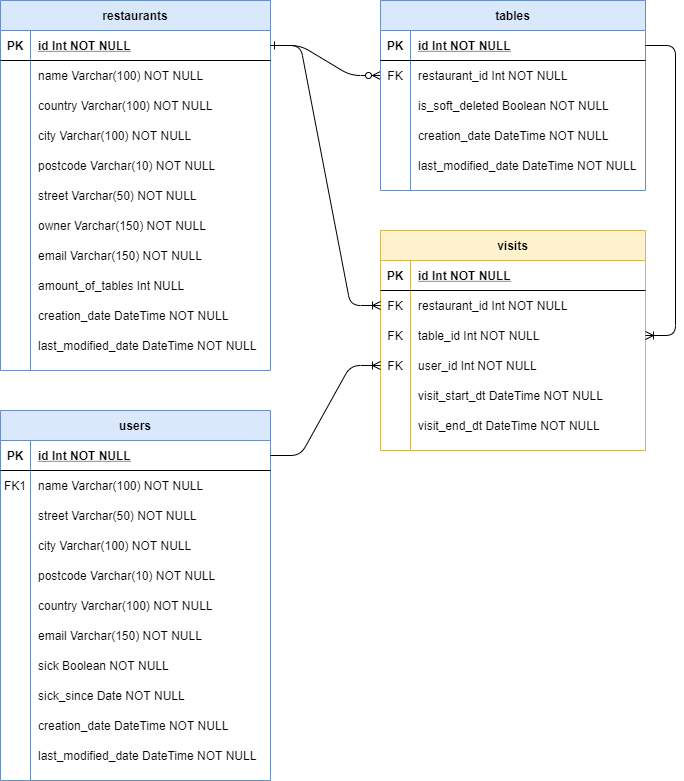
The draw.io diagram docs/erd.png in gordonshamway/fsdn_final, before a commit. Source tidied: cells renumbered, new cells last; positions are measured from the earlier drawing's top-left corner, leaving out a move shared by most shapes.
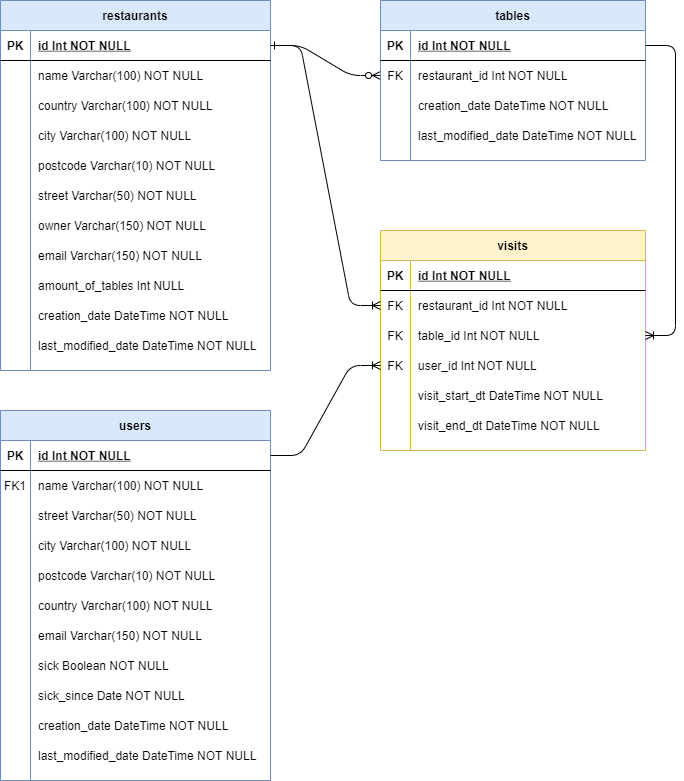
The same file after the commit.

What changed in the source:
```diff
@@ -6,7 +6,7 @@
       <mxGeometry relative="1" as="geometry" />
     </mxCell>
     <mxCell id="3" value="tables" style="shape=table;startSize=30;rowLines=0;fontStyle=1;align=center;fillColor=#dae8fc;strokeColor=#6c8ebf;" parent="1" vertex="1">
-      <mxGeometry x="380" width="265" height="190" as="geometry" />
+      <mxGeometry x="380" width="265" height="160" as="geometry" />
     </mxCell>
     <mxCell id="4" style="shape=partialRectangle;fillColor=none;points=[[0,0.5],[1,0.5]];portConstraint=eastwest;top=0;left=0;right=0;bottom=1;" parent="3" vertex="1">
       <mxGeometry y="30" width="265" height="30" as="geometry" />
@@ -26,17 +26,8 @@
     <mxCell id="9" value="restaurant_id Int NOT NULL" style="shape=partialRectangle;overflow=hidden;fillColor=none;top=0;left=0;bottom=0;right=0;align=left;spacingLeft=6;" parent="7" vertex="1">
       <mxGeometry x="30" width="235" height="30" as="geometry" />
     </mxCell>
-    <mxCell id="10" style="shape=partialRectangle;fillColor=none;top=0;left=0;right=0;bottom=0;" parent="3" vertex="1">
-      <mxGeometry y="90" width="265" height="30" as="geometry" />
-    </mxCell>
-    <mxCell id="11" style="shape=partialRectangle;overflow=hidden;fillColor=none;top=0;left=0;bottom=0;right=0;" parent="10" vertex="1">
-      <mxGeometry width="30" height="30" as="geometry" />
-    </mxCell>
-    <mxCell id="12" value="is_soft_deleted Boolean NOT NULL" style="shape=partialRectangle;overflow=hidden;fillColor=none;top=0;left=0;bottom=0;right=0;align=left;spacingLeft=6;" parent="10" vertex="1">
-      <mxGeometry x="30" width="235" height="30" as="geometry" />
-    </mxCell>
     <mxCell id="13" style="shape=partialRectangle;fillColor=none;top=0;left=0;bottom=0;right=0;" parent="3" vertex="1">
-      <mxGeometry y="120" width="265" height="30" as="geometry" />
+      <mxGeometry y="90" width="265" height="30" as="geometry" />
     </mxCell>
     <mxCell id="14" style="shape=partialRectangle;fillColor=none;top=0;left=0;bottom=0;right=0;overflow=hidden;" parent="13" vertex="1">
       <mxGeometry width="30" height="30" as="geometry" />
@@ -45,7 +36,7 @@
       <mxGeometry x="30" width="235" height="30" as="geometry" />
     </mxCell>
     <mxCell id="16" style="shape=partialRectangle;fillColor=none;top=0;left=0;bottom=0;right=0;" parent="3" vertex="1">
-      <mxGeometry y="150" width="265" height="30" as="geometry" />
+      <mxGeometry y="120" width="265" height="30" as="geometry" />
     </mxCell>
     <mxCell id="17" style="shape=partialRectangle;fillColor=none;top=0;left=0;bottom=0;right=0;overflow=hidden;" parent="16" vertex="1">
       <mxGeometry width="30" height="30" as="geometry" />
```
